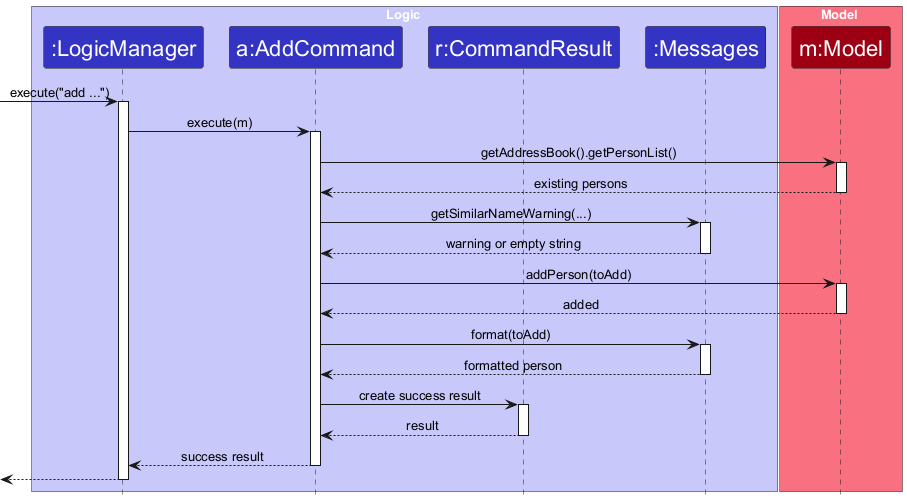
Above: docs/images/AddCommandSuccessSequenceDiagram.png in AY2627S1-CS2103T-W08-3/tp (PlantUML), before the change. The source it was exported from:
```plantuml
@startuml
!include style.puml
skinparam ArrowFontStyle plain
skinparam ParticipantFontSize 22
skinparam SequenceMessageFontSize 20
skinparam SequenceBoxFontSize 21
skinparam ParticipantPadding 2
skinparam Padding 0
skinparam Participant {
    Padding 8
}

box Logic LOGIC_COLOR_T1
participant ":LogicManager" as LogicManager LOGIC_COLOR
participant "a:AddCommand" as AddCommand LOGIC_COLOR
participant "r:CommandResult" as CommandResult LOGIC_COLOR
participant ":Messages" as Messages LOGIC_COLOR
end box

box Model MODEL_COLOR_T1
participant "m:Model" as Model MODEL_COLOR
end box

[-> LogicManager : execute("add ...")
activate LogicManager
LogicManager -> AddCommand : execute(m)
activate AddCommand
AddCommand -> Model : getAddressBook().getPersonList()
activate Model
Model --> AddCommand : existing persons
deactivate Model
AddCommand -> Messages : getSimilarNameWarning(...)
activate Messages
Messages --> AddCommand : warning or empty string
deactivate Messages
AddCommand -> Model : addPerson(toAdd)
activate Model
Model --> AddCommand : added
deactivate Model
AddCommand -> Messages : format(toAdd)
activate Messages
Messages --> AddCommand : formatted person
deactivate Messages
AddCommand -> CommandResult : create success result
activate CommandResult
CommandResult --> AddCommand : result
deactivate CommandResult
AddCommand --> LogicManager : success result
deactivate AddCommand
[<--LogicManager
deactivate LogicManager
@enduml
```
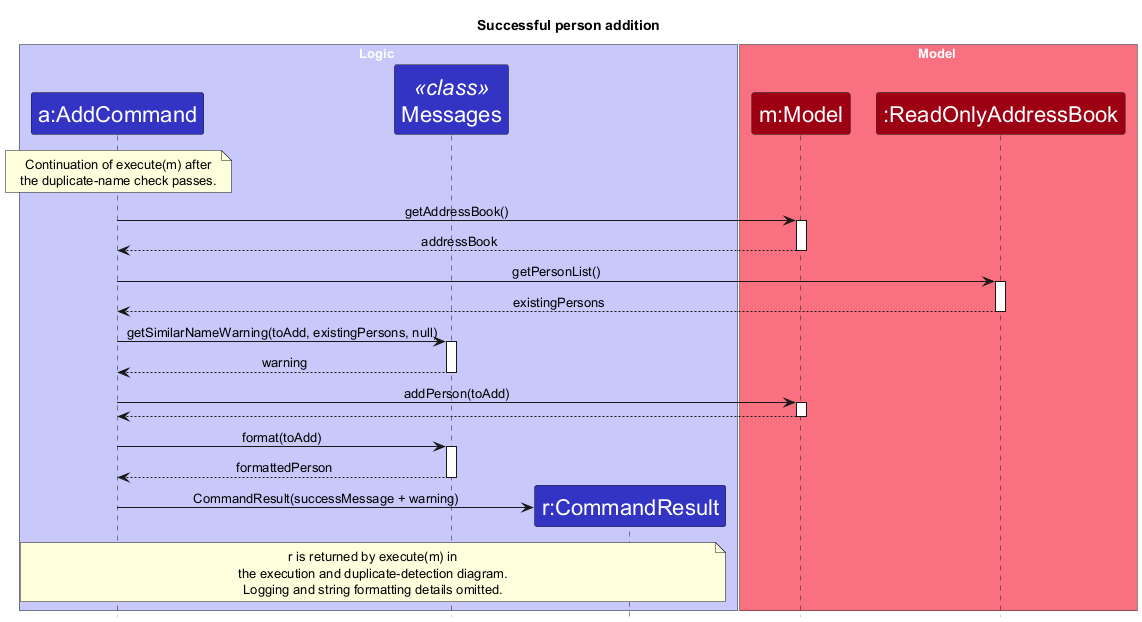
The same diagram one commit later.

Commit message:
Correct Add command sequence diagram notation

What changed in the source:
```diff
@@ -10,43 +10,49 @@
     Padding 8
 }
 
+title Successful person addition
+
 box Logic LOGIC_COLOR_T1
-participant ":LogicManager" as LogicManager LOGIC_COLOR
 participant "a:AddCommand" as AddCommand LOGIC_COLOR
+participant "Messages" as Messages <<class>> LOGIC_COLOR
 participant "r:CommandResult" as CommandResult LOGIC_COLOR
-participant ":Messages" as Messages LOGIC_COLOR
 end box
 
 box Model MODEL_COLOR_T1
 participant "m:Model" as Model MODEL_COLOR
+participant ":ReadOnlyAddressBook" as AddressBook MODEL_COLOR
 end box
 
-[-> LogicManager : execute("add ...")
-activate LogicManager
-LogicManager -> AddCommand : execute(m)
-activate AddCommand
-AddCommand -> Model : getAddressBook().getPersonList()
+note over AddCommand
+    Continuation of execute(m) after
+    the duplicate-name check passes.
+end note
+
+AddCommand -> Model : getAddressBook()
 activate Model
-Model --> AddCommand : existing persons
+Model --> AddCommand : addressBook
 deactivate Model
-AddCommand -> Messages : getSimilarNameWarning(...)
+AddCommand -> AddressBook : getPersonList()
+activate AddressBook
+AddressBook --> AddCommand : existingPersons
+deactivate AddressBook
+AddCommand -> Messages : getSimilarNameWarning(toAdd, existingPersons, null)
 activate Messages
-Messages --> AddCommand : warning or empty string
+Messages --> AddCommand : warning
 deactivate Messages
 AddCommand -> Model : addPerson(toAdd)
 activate Model
-Model --> AddCommand : added
+Model --> AddCommand
 deactivate Model
 AddCommand -> Messages : format(toAdd)
 activate Messages
-Messages --> AddCommand : formatted person
+Messages --> AddCommand : formattedPerson
 deactivate Messages
-AddCommand -> CommandResult : create success result
-activate CommandResult
-CommandResult --> AddCommand : result
-deactivate CommandResult
-AddCommand --> LogicManager : success result
-deactivate AddCommand
-[<--LogicManager
-deactivate LogicManager
+create CommandResult
+AddCommand -> CommandResult : CommandResult(successMessage + warning)
+note over AddCommand, CommandResult
+    r is returned by execute(m) in
+    the execution and duplicate-detection diagram.
+    Logging and string formatting details omitted.
+end note
 @enduml
```
